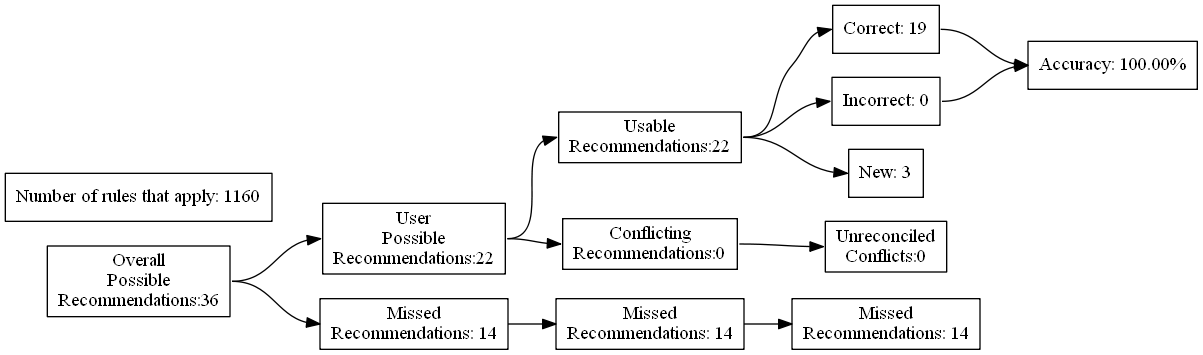
ZaxR/ibd_diet_analysis keeps this Graphviz diagram as test_renders/113.gv.png. Above is the earlier version. Its source is kept beside it as test_renders/113.gv.
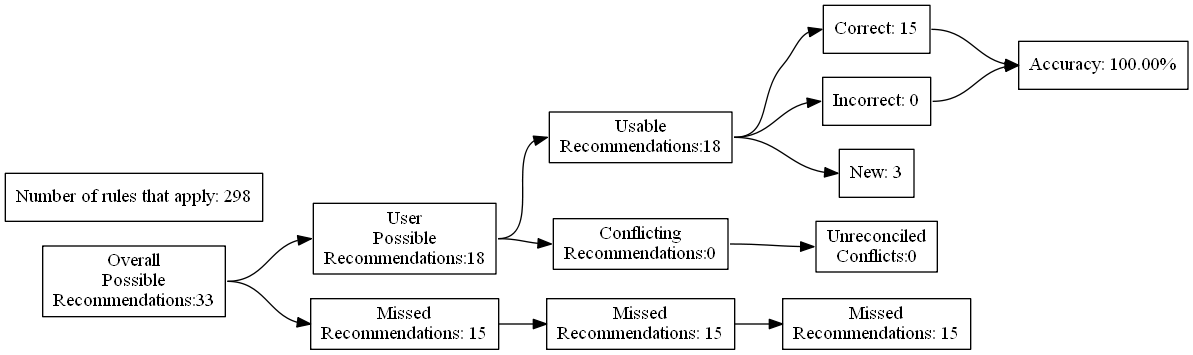
After the change.

Change to the diagram source:
```diff
@@ -4,27 +4,27 @@
 	edge [headport=w tailport=e]
 		A [label="Overall
 Possible
-Recommendations:36"]
+Recommendations:33"]
 		B [label="User
 Possible
-Recommendations:22"]
+Recommendations:18"]
 		C [label="Missed
-Recommendations: 14"]
+Recommendations: 15"]
 		D [label="Usable
-Recommendations:22"]
+Recommendations:18"]
 		E [label="Conflicting
 Recommendations:0"]
 		J [label="Missed
-Recommendations: 14"]
+Recommendations: 15"]
 		M [label="Unreconciled
 Conflicts:0"]
-		F [label="Correct: 19"]
+		F [label="Correct: 15"]
 		G [label="Incorrect: 0"]
 		H [label="New: 3"]
 		K [label="Missed
-Recommendations: 14"]
+Recommendations: 15"]
 		I [label="Accuracy: 100.00%"]
-		l [label="Number of rules that apply: 1160"]
+		l [label="Number of rules that apply: 298"]
 			A -> B
 			A -> C
 			B -> D
```
